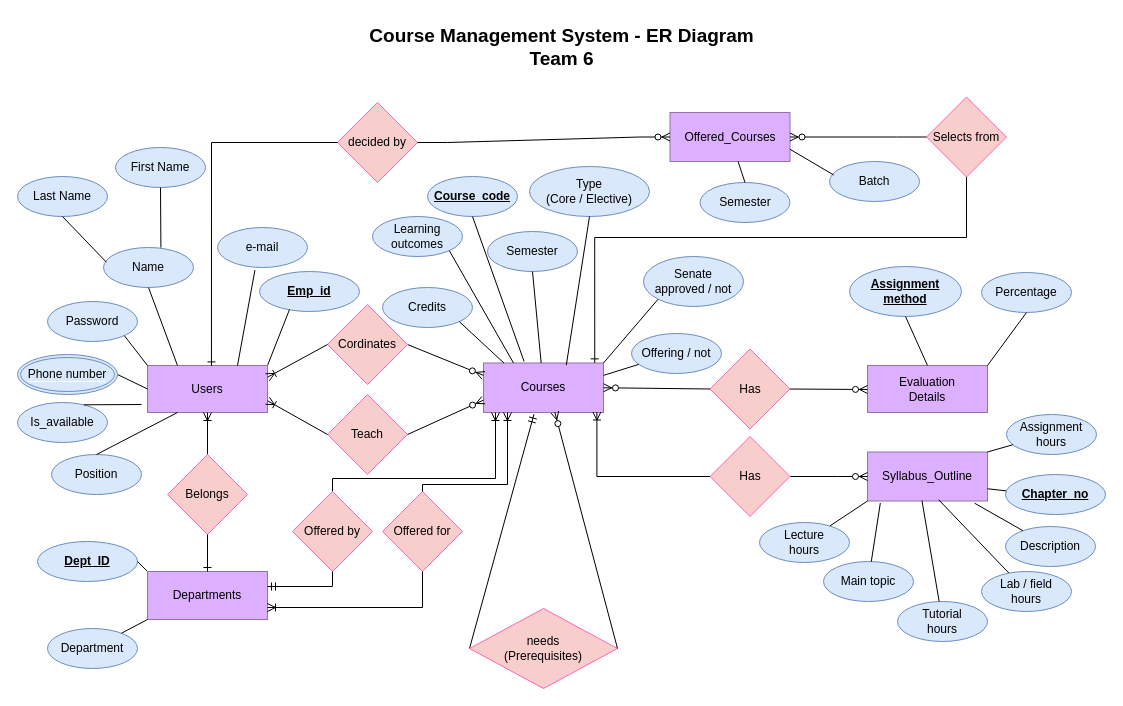
This is design/ER diagram/team06_erd.drawio from Nadeesham332/course_management_system, a draw.io file, before an edit. Source tidied: cells renumbered, new cells numbered last; positions are measured from the earlier drawing's top-left corner, leaving out a move shared by most shapes. Both pictures are drawn from the tidied source at 100%, with x=0, y=0 at pixel (17, 17).
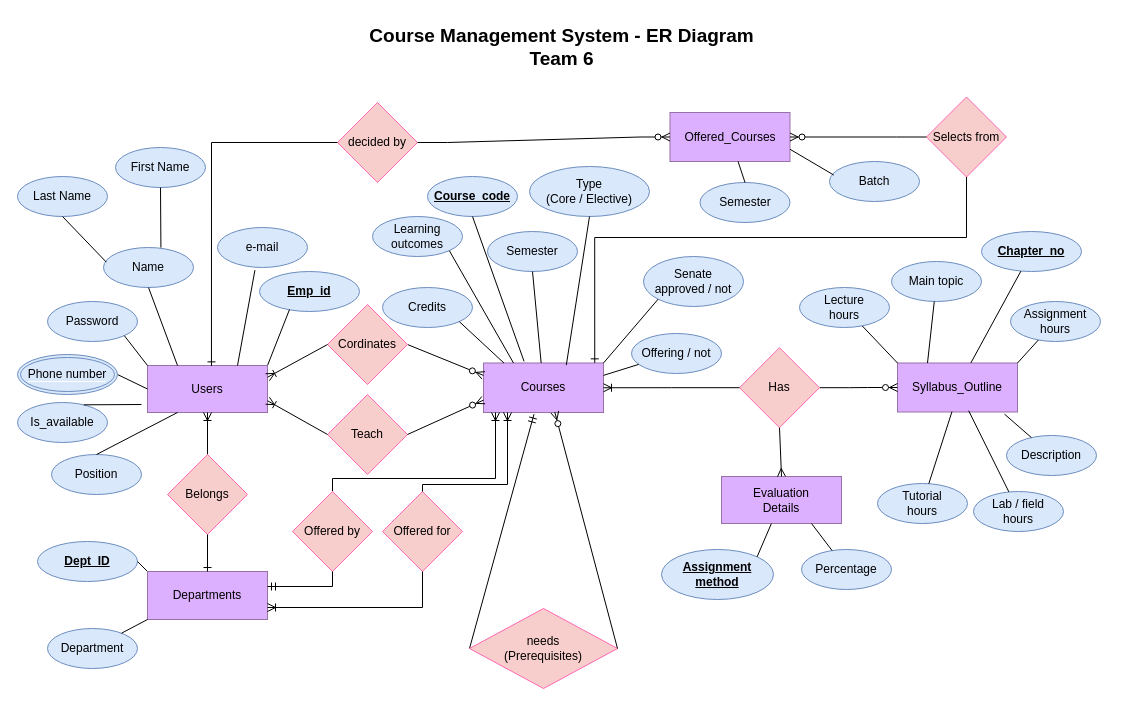
The same page after the edit.

Commit message (it also covers changes not shown here):
front end initial

Unchanged cells that the change refers to:
```xml
<mxCell id="2" value="Courses" style="rounded=0;whiteSpace=wrap;html=1;fillColor=#DDB0FF;strokeColor=#9673a6;" parent="1" vertex="1">
  <mxGeometry x="466" y="345.5" width="120" height="49.5" as="geometry" />
</mxCell>
```

Diff of the diagram source:
```diff
@@
     <mxCell id="17" value="Evaluation&lt;br&gt;Details" style="rounded=0;whiteSpace=wrap;html=1;fillColor=#DDB0FF;strokeColor=#9673a6;" parent="1" vertex="1">
-      <mxGeometry x="850" y="348" width="120" height="47" as="geometry" />
+      <mxGeometry x="704" y="459" width="120" height="47" as="geometry" />
     </mxCell>
     <mxCell id="18" value="&lt;b&gt;&lt;u&gt;Assignment &lt;br&gt;method&lt;/u&gt;&lt;/b&gt;" style="ellipse;whiteSpace=wrap;html=1;fillColor=#dae8fc;strokeColor=#6c8ebf;" parent="1" vertex="1">
-      <mxGeometry x="832" y="249" width="112" height="50" as="geometry" />
+      <mxGeometry x="644" y="532" width="112" height="50" as="geometry" />
     </mxCell>
-    <mxCell id="19" style="endArrow=none;html=1;rounded=0;entryX=0.5;entryY=0;entryDx=0;entryDy=0;exitX=0.5;exitY=1;exitDx=0;exitDy=0;" parent="1" edge="1" source="18" target="17">
+    <mxCell id="19" style="endArrow=none;html=1;rounded=0;exitX=1;exitY=0;exitDx=0;exitDy=0;" parent="1" edge="1" source="18" target="17">
       <mxGeometry relative="1" as="geometry" />
     </mxCell>
@@
-    <mxCell id="47" style="fontSize=12;html=1;endArrow=ERzeroToMany;endFill=1;startArrow=none;rounded=0;exitX=1;exitY=0.5;exitDx=0;exitDy=0;" parent="1" edge="1" source="48">
-      <mxGeometry relative="1" as="geometry">
-        <mxPoint x="850" y="372" as="targetPoint" />
-      </mxGeometry>
-    </mxCell>
-    <mxCell id="48" value="Has" style="rhombus;whiteSpace=wrap;html=1;strokeColor=#FF66B3;fillColor=#F8CECC;" parent="1" vertex="1">
-      <mxGeometry x="692.5" y="331.5" width="80" height="80" as="geometry" />
-    </mxCell>
-    <mxCell id="49" style="fontSize=12;html=1;endArrow=none;endFill=1;startArrow=ERzeroToMany;rounded=0;entryX=0;entryY=0.5;entryDx=0;entryDy=0;exitX=1;exitY=0.5;exitDx=0;exitDy=0;" parent="1" edge="1" source="2" target="48">
-      <mxGeometry relative="1" as="geometry" />
-    </mxCell>
     <mxCell id="50" value="Syllabus_Outline" style="rounded=0;whiteSpace=wrap;html=1;fillColor=#DDB0FF;strokeColor=#9673a6;" parent="1" vertex="1">
-      <mxGeometry x="850" y="434.5" width="120" height="49" as="geometry" />
+      <mxGeometry x="880" y="345.5" width="120" height="49" as="geometry" />
     </mxCell>
     <mxCell id="51" value="&lt;b&gt;&lt;u&gt;Chapter_no&lt;/u&gt;&lt;/b&gt;" style="ellipse;whiteSpace=wrap;html=1;fillColor=#dae8fc;strokeColor=#6c8ebf;" parent="1" vertex="1">
-      <mxGeometry x="988" y="457" width="100" height="40" as="geometry" />
+      <mxGeometry x="964" y="214" width="100" height="40" as="geometry" />
     </mxCell>
-    <mxCell id="52" style="endArrow=none;html=1;rounded=0;entryX=1;entryY=0.75;entryDx=0;entryDy=0;" parent="1" edge="1" source="51" target="50">
+    <mxCell id="52" style="endArrow=none;html=1;rounded=0;" parent="1" edge="1" source="51" target="50">
       <mxGeometry relative="1" as="geometry" />
     </mxCell>
     <mxCell id="53" value="Main topic" style="ellipse;whiteSpace=wrap;html=1;fillColor=#dae8fc;strokeColor=#6c8ebf;" parent="1" vertex="1">
-      <mxGeometry x="806" y="544" width="90" height="40" as="geometry" />
+      <mxGeometry x="874" y="244" width="90" height="40" as="geometry" />
     </mxCell>
-    <mxCell id="54" style="endArrow=none;html=1;rounded=0;entryX=0.107;entryY=1.041;entryDx=0;entryDy=0;entryPerimeter=0;" parent="1" edge="1" source="53" target="50">
+    <mxCell id="54" style="endArrow=none;html=1;rounded=0;entryX=0.25;entryY=0;entryDx=0;entryDy=0;" parent="1" edge="1" source="53" target="50">
       <mxGeometry relative="1" as="geometry" />
     </mxCell>
     <mxCell id="55" value="Lecture&lt;br&gt;hours" style="ellipse;whiteSpace=wrap;html=1;fillColor=#dae8fc;strokeColor=#6c8ebf;" parent="1" vertex="1">
-      <mxGeometry x="742" y="505" width="90" height="40" as="geometry" />
+      <mxGeometry x="782" y="270" width="90" height="40" as="geometry" />
     </mxCell>
-    <mxCell id="56" style="endArrow=none;html=1;rounded=0;entryX=0;entryY=1;entryDx=0;entryDy=0;" parent="1" edge="1" source="55" target="50">
+    <mxCell id="56" style="endArrow=none;html=1;rounded=0;entryX=0;entryY=0;entryDx=0;entryDy=0;" parent="1" edge="1" source="55" target="50">
       <mxGeometry relative="1" as="geometry" />
     </mxCell>
     <mxCell id="57" value="Tutorial&lt;br&gt;hours" style="ellipse;whiteSpace=wrap;html=1;fillColor=#dae8fc;strokeColor=#6c8ebf;" parent="1" vertex="1">
-      <mxGeometry x="880" y="584" width="90" height="40" as="geometry" />
+      <mxGeometry x="860" y="466" width="90" height="40" as="geometry" />
     </mxCell>
@@
     <mxCell id="59" value="Lab / field&lt;br&gt;hours" style="ellipse;whiteSpace=wrap;html=1;fillColor=#dae8fc;strokeColor=#6c8ebf;" parent="1" vertex="1">
-      <mxGeometry x="964" y="554" width="90" height="40" as="geometry" />
+      <mxGeometry x="956" y="474" width="90" height="40" as="geometry" />
     </mxCell>
@@
     <mxCell id="61" value="Assignment&lt;br&gt;hours" style="ellipse;whiteSpace=wrap;html=1;fillColor=#dae8fc;strokeColor=#6c8ebf;" parent="1" vertex="1">
-      <mxGeometry x="989" y="397" width="90" height="40" as="geometry" />
+      <mxGeometry x="993" y="284" width="90" height="40" as="geometry" />
     </mxCell>
@@
     <mxCell id="64" value="Has" style="rhombus;whiteSpace=wrap;html=1;strokeColor=#FF66B3;fillColor=#F8CECC;" parent="1" vertex="1">
-      <mxGeometry x="692.5" y="419" width="80" height="80" as="geometry" />
+      <mxGeometry x="722" y="330.2" width="80" height="80" as="geometry" />
     </mxCell>
@@
     <mxCell id="67" value="Description" style="ellipse;whiteSpace=wrap;html=1;fillColor=#dae8fc;strokeColor=#6c8ebf;" parent="1" vertex="1">
-      <mxGeometry x="988" y="509" width="90" height="40" as="geometry" />
+      <mxGeometry x="989" y="418" width="90" height="40" as="geometry" />
     </mxCell>
@@
     <mxCell id="74" value="Percentage" style="ellipse;whiteSpace=wrap;html=1;fillColor=#dae8fc;strokeColor=#6c8ebf;" parent="1" vertex="1">
-      <mxGeometry x="964" y="255" width="90" height="40" as="geometry" />
+      <mxGeometry x="784" y="532" width="90" height="40" as="geometry" />
     </mxCell>
-    <mxCell id="75" style="endArrow=none;html=1;rounded=0;exitX=0.5;exitY=1;exitDx=0;exitDy=0;entryX=1;entryY=0;entryDx=0;entryDy=0;" parent="1" edge="1" source="74" target="17">
+    <mxCell id="75" style="endArrow=none;html=1;rounded=0;entryX=0.75;entryY=1;entryDx=0;entryDy=0;" parent="1" edge="1" source="74" target="17">
       <mxGeometry relative="1" as="geometry" />
     </mxCell>
@@
-    <mxCell id="77" style="edgeStyle=orthogonalEdgeStyle;fontSize=12;html=1;endArrow=ERoneToMany;rounded=0;entryX=0.945;entryY=0.99;entryDx=0;entryDy=0;entryPerimeter=0;exitX=0;exitY=0.5;exitDx=0;exitDy=0;" parent="1" edge="1" source="64" target="2">
+    <mxCell id="77" style="edgeStyle=orthogonalEdgeStyle;fontSize=12;html=1;endArrow=ERoneToMany;rounded=0;entryX=1;entryY=0.5;entryDx=0;entryDy=0;exitX=0;exitY=0.5;exitDx=0;exitDy=0;" parent="1" edge="1" source="64" target="2">
       <mxGeometry relative="1" as="geometry" />
     </mxCell>
@@
+    <mxCell id="98" style="fontSize=12;html=1;endArrow=ERmany;rounded=0;exitX=0.5;exitY=1;exitDx=0;exitDy=0;entryX=0.5;entryY=0;entryDx=0;entryDy=0;" parent="1" edge="1" source="64" target="17">
+      <mxGeometry relative="1" as="geometry" />
+    </mxCell>
```
